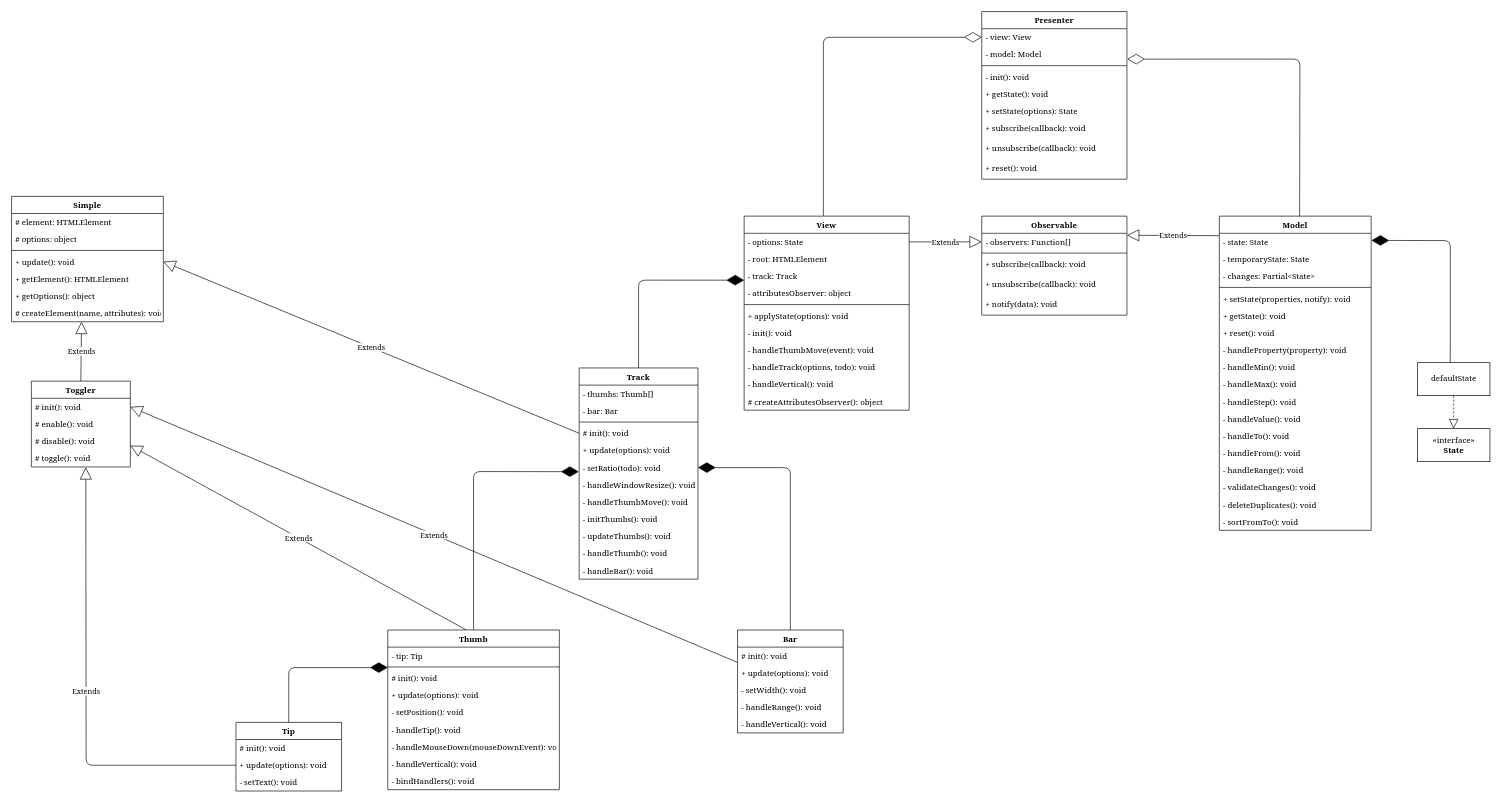
Before: storage/diagram.drawio in AkhmadBabaev/ordinary-slider, a draw.io diagram. Source tidied: cells renumbered, new cells numbered last; positions are measured from the earlier drawing's top-left corner, leaving out a move shared by most shapes. Both pictures are drawn from the tidied source at 66%, with x=0, y=0 at pixel (11, 11).
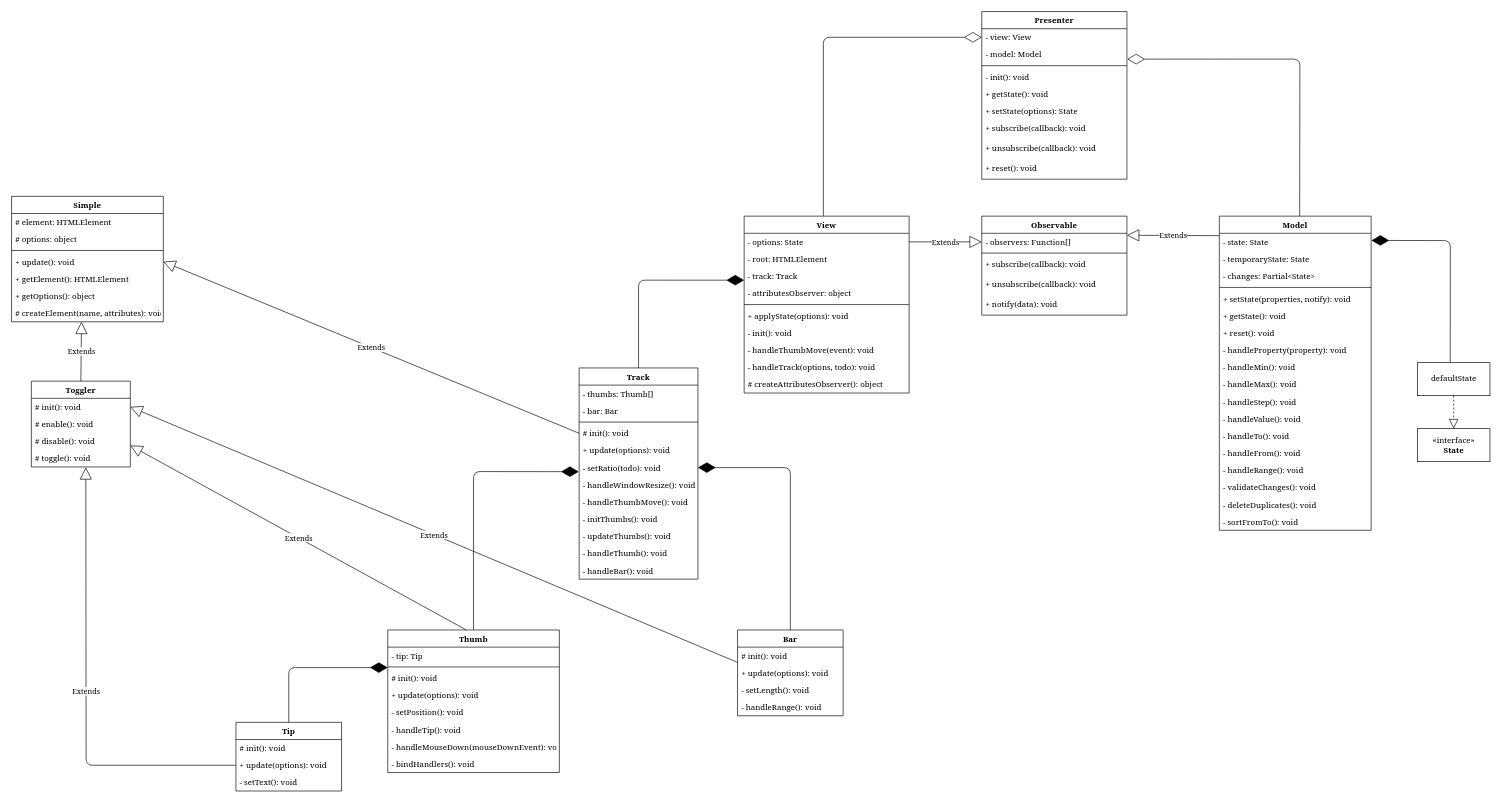
The same page after the edit.

The edit, as a diff of the source:
```diff
@@
     <mxCell id="15" value="Thumb" style="swimlane;fontStyle=1;align=center;verticalAlign=top;horizontal=1;startSize=26;labelBackgroundColor=#ffffff;gradientColor=none;snapToPoint=0;fontFamily=Georgia;" parent="1" vertex="1">
-      <mxGeometry x="570" y="937" width="260" height="242" as="geometry" />
+      <mxGeometry x="570" y="937" width="260" height="216" as="geometry" />
     </mxCell>
@@
-    <mxCell id="23" value="- handleVertical(): void" style="text;strokeColor=none;fillColor=none;align=left;verticalAlign=top;spacingLeft=4;spacingRight=4;overflow=hidden;fontFamily=Georgia;" parent="15" vertex="1">
-      <mxGeometry y="190" width="260" height="26" as="geometry" />
-    </mxCell>
     <mxCell id="24" value="- bindHandlers(): void" style="text;strokeColor=none;fillColor=none;align=left;verticalAlign=top;spacingLeft=4;spacingRight=4;overflow=hidden;fontFamily=Georgia;" parent="15" vertex="1">
-      <mxGeometry y="216" width="260" height="26" as="geometry" />
+      <mxGeometry y="190" width="260" height="26" as="geometry" />
     </mxCell>
     <mxCell id="25" value="Bar" style="swimlane;fontStyle=1;align=center;verticalAlign=top;horizontal=1;startSize=26;labelBackgroundColor=#ffffff;gradientColor=none;snapToPoint=0;fontFamily=Georgia;" parent="1" vertex="1">
-      <mxGeometry x="1100" y="937" width="160" height="156" as="geometry" />
+      <mxGeometry x="1100" y="937" width="160" height="130" as="geometry" />
     </mxCell>
@@
-    <mxCell id="28" value="- setWidth(): void" style="text;strokeColor=none;fillColor=none;align=left;verticalAlign=top;spacingLeft=4;spacingRight=4;overflow=hidden;fontFamily=Georgia;" parent="25" vertex="1">
+    <mxCell id="28" value="- setLength(): void" style="text;strokeColor=none;fillColor=none;align=left;verticalAlign=top;spacingLeft=4;spacingRight=4;overflow=hidden;fontFamily=Georgia;" parent="25" vertex="1">
       <mxGeometry y="78" width="160" height="26" as="geometry" />
     </mxCell>
@@
-    <mxCell id="30" value="- handleVertical(): void" style="text;strokeColor=none;fillColor=none;align=left;verticalAlign=top;spacingLeft=4;spacingRight=4;overflow=hidden;fontFamily=Georgia;" parent="25" vertex="1">
-      <mxGeometry y="130" width="160" height="26" as="geometry" />
-    </mxCell>
@@
     <mxCell id="75" value="View" style="swimlane;fontStyle=1;align=center;verticalAlign=top;horizontal=1;startSize=26;fillColor=none;gradientColor=none;snapToPoint=0;fontFamily=Georgia;" parent="1" vertex="1">
-      <mxGeometry x="1110" y="310" width="250" height="294" as="geometry" />
+      <mxGeometry x="1110" y="310" width="250" height="268" as="geometry" />
     </mxCell>
@@
-    <mxCell id="85" value="- handleVertical(): void" style="text;strokeColor=none;fillColor=none;align=left;verticalAlign=top;spacingLeft=4;spacingRight=4;overflow=hidden;fontFamily=Georgia;" parent="75" vertex="1">
-      <mxGeometry y="242" width="250" height="26" as="geometry" />
-    </mxCell>
     <mxCell id="86" value="# createAttributesObserver(): object" style="text;strokeColor=none;fillColor=none;align=left;verticalAlign=top;spacingLeft=4;spacingRight=4;overflow=hidden;fontFamily=Georgia;" parent="75" vertex="1">
-      <mxGeometry y="268" width="250" height="26" as="geometry" />
+      <mxGeometry y="242" width="250" height="26" as="geometry" />
     </mxCell>
```
